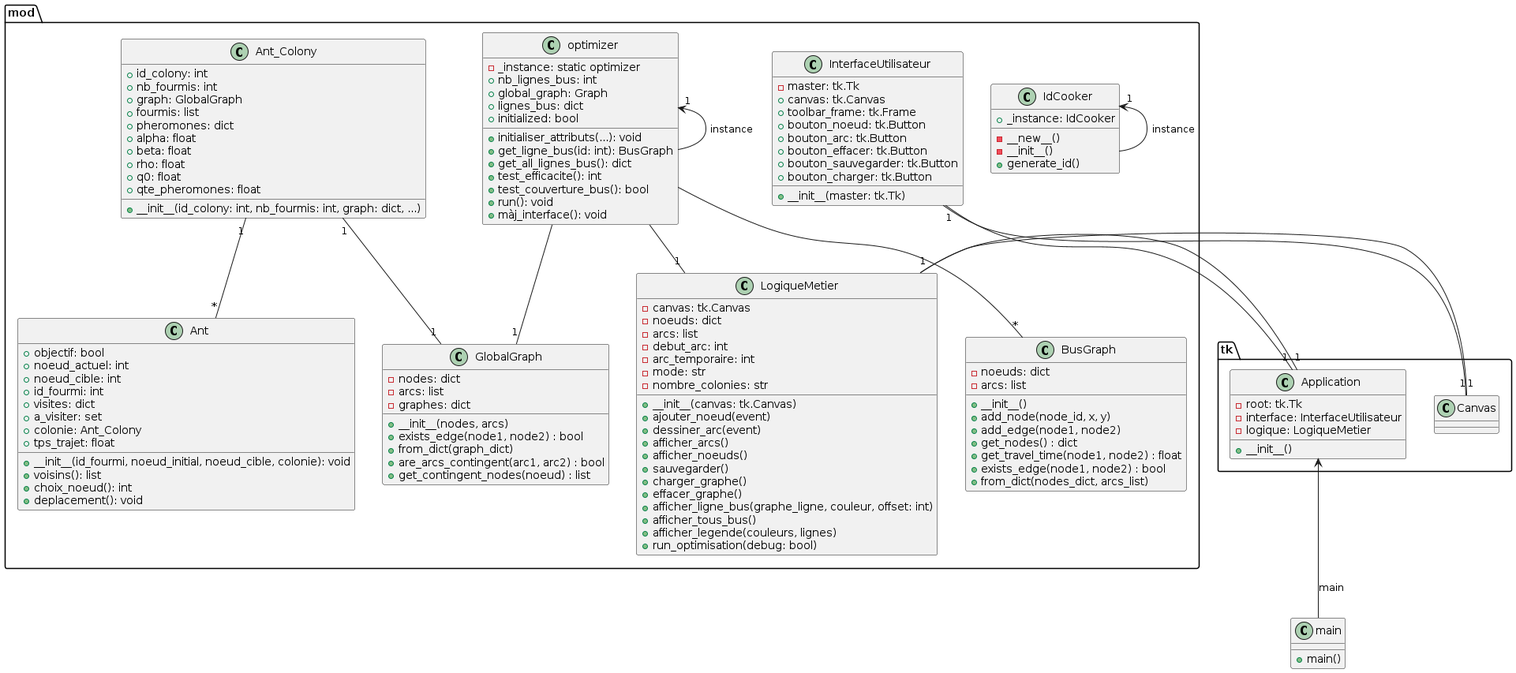
Above: out/projet/projet_bap.png in FumedSaumonSauvage/elc-saidi-bap (PlantUML), before the change. Source of this version:
```plantuml
@startuml projet_bap


package tk{
    class Application {
        - root: tk.Tk
        - interface: InterfaceUtilisateur
        - logique: LogiqueMetier
        + __init__()
    }
}

class main{
    + main()
}

package mod{

    class IdCooker{
        + _instance: IdCooker
        - __new__()
        - __init__()
        + generate_id()
    }

    class InterfaceUtilisateur {
        - master: tk.Tk
        + canvas: tk.Canvas
        + toolbar_frame: tk.Frame
        + bouton_noeud: tk.Button
        + bouton_arc: tk.Button
        + bouton_effacer: tk.Button
        + bouton_sauvegarder: tk.Button
        + bouton_charger: tk.Button
        + __init__(master: tk.Tk)
    }

    class LogiqueMetier {
        - canvas: tk.Canvas
        - noeuds: dict
        - arcs: list
        - debut_arc: int
        - arc_temporaire: int
        - mode: str
        - nombre_colonies: str
        + __init__(canvas: tk.Canvas)
        + ajouter_noeud(event)
        + dessiner_arc(event)
        + afficher_arcs()
        + afficher_noeuds()
        + sauvegarder()
        + charger_graphe()
        + effacer_graphe()
        + afficher_ligne_bus(graphe_ligne, couleur, offset: int)
        + afficher_tous_bus()
        + afficher_legende(couleurs, lignes)
        + run_optimisation(debug: bool)
    }

    class optimizer {
        - _instance: static optimizer
        + nb_lignes_bus: int
        + global_graph: Graph
        + lignes_bus: dict
        + initialized: bool
        + initialiser_attributs(...): void
        + get_ligne_bus(id: int): BusGraph
        + get_all_lignes_bus(): dict
        + test_efficacite(): int
        + test_couverture_bus(): bool
        + run(): void
        + màj_interface(): void
    }

    class BusGraph {
        - noeuds: dict
        - arcs: list
        + __init__()
        + add_node(node_id, x, y)
        + add_edge(node1, node2)
        + get_nodes() : dict
        + get_travel_time(node1, node2) : float
        + exists_edge(node1, node2) : bool
        + from_dict(nodes_dict, arcs_list)
    }

    class GlobalGraph {
        - nodes: dict
        - arcs: list
        - graphes: dict
        + __init__(nodes, arcs)
        + exists_edge(node1, node2) : bool
        + from_dict(graph_dict)
        + are_arcs_contingent(arc1, arc2) : bool
        + get_contingent_nodes(noeud) : list
    }

    class Ant_Colony {
        + id_colony: int
        + nb_fourmis: int
        + graph: GlobalGraph
        + fourmis: list
        + pheromones: dict
        + alpha: float
        + beta: float
        + rho: float
        + q0: float
        + qte_pheromones: float
        + __init__(id_colony: int, nb_fourmis: int, graph: dict, ...)
    }

    class Ant {
        + objectif: bool
        + noeud_actuel: int
        + noeud_cible: int
        + id_fourmi: int
        + visites: dict
        + a_visiter: set
        + colonie: Ant_Colony
        + tps_trajet: float
        + __init__(id_fourmi, noeud_initial, noeud_cible, colonie): void
        + voisins(): list
        + choix_noeud(): int
        + deplacement(): void
    }

}

Application "1" -- "1" InterfaceUtilisateur
Application "1" -- "1" LogiqueMetier
InterfaceUtilisateur -- "1" tk.Canvas
LogiqueMetier -- "1" tk.Canvas
main -up-> Application : main
optimizer -up-> "1" optimizer : instance
IdCooker -up-> "1" IdCooker : instance
optimizer -- "1" LogiqueMetier
optimizer -- "*" BusGraph
optimizer -- "1" GlobalGraph

Ant_Colony "1" -- "*" Ant
Ant_Colony "1" -- "1" GlobalGraph

@enduml
```
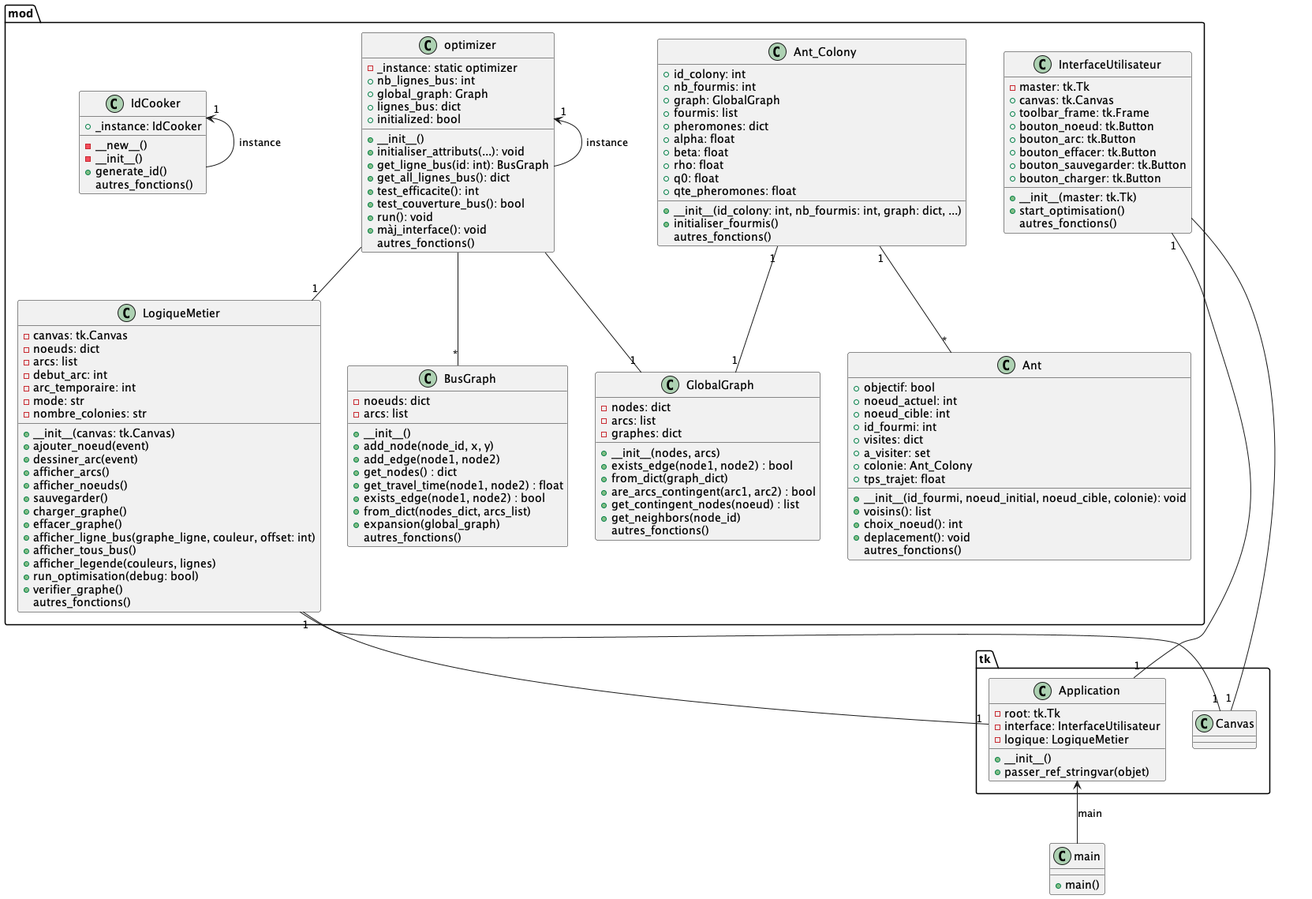
Above is the later version.

Commit message:
màj doc UML

Change to the diagram source:
```diff
@@ -1,26 +1,28 @@
 @startuml projet_bap
 
 
-package tk{
+package tk {
     class Application {
         - root: tk.Tk
         - interface: InterfaceUtilisateur
         - logique: LogiqueMetier
         + __init__()
+        + passer_ref_stringvar(objet)
     }
 }
 
-class main{
+class main {
     + main()
 }
 
-package mod{
+package mod {
 
-    class IdCooker{
+    class IdCooker {
         + _instance: IdCooker
         - __new__()
         - __init__()
         + generate_id()
+        autres_fonctions()
     }
 
     class InterfaceUtilisateur {
@@ -33,6 +35,8 @@
         + bouton_sauvegarder: tk.Button
         + bouton_charger: tk.Button
         + __init__(master: tk.Tk)
+        + start_optimisation()
+        autres_fonctions()
     }
 
     class LogiqueMetier {
@@ -55,6 +59,8 @@
         + afficher_tous_bus()
         + afficher_legende(couleurs, lignes)
         + run_optimisation(debug: bool)
+        + verifier_graphe()
+        autres_fonctions()
     }
 
     class optimizer {
@@ -63,6 +69,7 @@
         + global_graph: Graph
         + lignes_bus: dict
         + initialized: bool
+        + __init__()
         + initialiser_attributs(...): void
         + get_ligne_bus(id: int): BusGraph
         + get_all_lignes_bus(): dict
@@ -70,6 +77,7 @@
         + test_couverture_bus(): bool
         + run(): void
         + màj_interface(): void
+        autres_fonctions()
     }
 
     class BusGraph {
@@ -82,6 +90,8 @@
         + get_travel_time(node1, node2) : float
         + exists_edge(node1, node2) : bool
         + from_dict(nodes_dict, arcs_list)
+        + expansion(global_graph)
+        autres_fonctions()
     }
 
     class GlobalGraph {
@@ -93,6 +103,8 @@
         + from_dict(graph_dict)
         + are_arcs_contingent(arc1, arc2) : bool
         + get_contingent_nodes(noeud) : list
+        + get_neighbors(node_id)
+        autres_fonctions()
     }
 
     class Ant_Colony {
@@ -107,6 +119,8 @@
         + q0: float
         + qte_pheromones: float
         + __init__(id_colony: int, nb_fourmis: int, graph: dict, ...)
+        + initialiser_fourmis()
+        autres_fonctions()
     }
 
     class Ant {
@@ -122,14 +136,15 @@
         + voisins(): list
         + choix_noeud(): int
         + deplacement(): void
+        autres_fonctions()
     }
 
 }
 
-Application "1" -- "1" InterfaceUtilisateur
-Application "1" -- "1" LogiqueMetier
+Application "1" -up- "1" InterfaceUtilisateur
+Application "1" -up- "1" LogiqueMetier
 InterfaceUtilisateur -- "1" tk.Canvas
-LogiqueMetier -- "1" tk.Canvas
+LogiqueMetier -down- "1" tk.Canvas
 main -up-> Application : main
 optimizer -up-> "1" optimizer : instance
 IdCooker -up-> "1" IdCooker : instance
```
